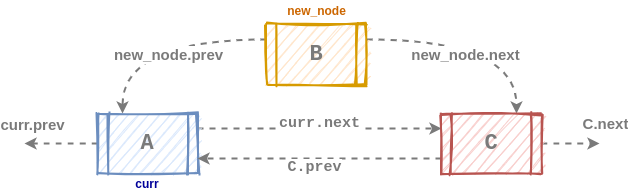
rolemadelen/euisblue.github.io keeps this draw.io diagram as assets/images/data-structure/linked-list/dll-insert_at2.png. Above is the earlier version. Source tidied: cells renumbered, new cells last; positions are measured from the earlier drawing's top-left corner, leaving out a move shared by most shapes.
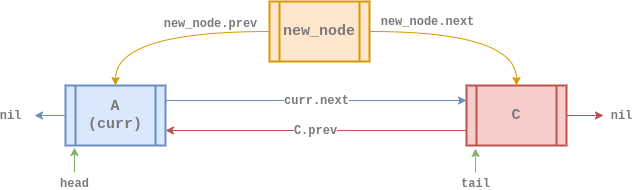
The same file after the commit.

Diff of the diagram source:
```diff
@@ -2,43 +2,54 @@
   <root>
     <mxCell id="0" />
     <mxCell id="1" parent="0" />
-    <mxCell id="2" value="&lt;font color=&quot;#7a7a7a&quot; face=&quot;Courier New&quot; size=&quot;1&quot;&gt;&lt;b style=&quot;font-size: 15px&quot;&gt;curr.next&lt;/b&gt;&lt;/font&gt;" style="rounded=0;sketch=0;jettySize=auto;html=1;exitX=1;exitY=0.25;exitDx=0;exitDy=0;entryX=0;entryY=0.25;entryDx=0;entryDy=0;dashed=1;endArrow=classic;endFill=1;strokeColor=#7a7a7a;strokeWidth=2;" parent="1" edge="1" source="4" target="10">
-      <mxGeometry y="5" relative="1" as="geometry" />
+    <mxCell id="2" value="&lt;b style=&quot;font-style: normal ; letter-spacing: normal ; text-align: center ; text-indent: 0px ; text-transform: none ; word-spacing: 0px ; background-color: rgb(255 , 255 , 255) ; color: rgb(122 , 122 , 122) ; font-family: &amp;#34;courier new&amp;#34; ; font-size: 12px&quot;&gt;curr.next&lt;/b&gt;" style="edgeStyle=orthogonalEdgeStyle;curved=1;rounded=0;jettySize=auto;html=1;exitX=1;exitY=0.25;exitDx=0;exitDy=0;entryX=0;entryY=0.25;entryDx=0;entryDy=0;fillColor=#dae8fc;strokeColor=#6c8ebf;" parent="1" edge="1" source="6" target="4">
+      <mxGeometry relative="1" as="geometry" />
     </mxCell>
-    <mxCell id="3" value="&lt;font color=&quot;#7a7a7a&quot; face=&quot;helvetica&quot; size=&quot;1&quot;&gt;&lt;b style=&quot;font-size: 15px&quot;&gt;curr.prev&lt;/b&gt;&lt;/font&gt;" style="edgeStyle=orthogonalEdgeStyle;curved=1;rounded=0;sketch=0;jettySize=auto;html=1;exitX=0;exitY=0.5;exitDx=0;exitDy=0;dashed=1;endArrow=classic;endFill=1;strokeColor=#7a7a7a;strokeWidth=2;" parent="1" edge="1" source="4">
-      <mxGeometry x="0.78" y="-19" relative="1" as="geometry">
-        <mxPoint y="143" as="targetPoint" />
-      </mxGeometry>
+    <mxCell id="3" value="&lt;b style=&quot;font-style: normal ; letter-spacing: normal ; text-align: center ; text-indent: 0px ; text-transform: none ; word-spacing: 0px ; background-color: rgb(255 , 255 , 255) ; color: rgb(122 , 122 , 122) ; font-family: &amp;#34;courier new&amp;#34; ; font-size: 12px&quot;&gt;C.prev&lt;/b&gt;" style="edgeStyle=orthogonalEdgeStyle;rounded=0;jettySize=auto;html=1;exitX=0;exitY=0.75;exitDx=0;exitDy=0;entryX=1;entryY=0.75;entryDx=0;entryDy=0;fillColor=#f8cecc;strokeColor=#b85450;" parent="1" edge="1" source="4" target="6">
+      <mxGeometry relative="1" as="geometry" />
     </mxCell>
-    <mxCell id="4" value="&lt;b&gt;&lt;font style=&quot;font-size: 22px&quot; face=&quot;Courier New&quot; color=&quot;#7a7a7a&quot;&gt;A&lt;/font&gt;&lt;/b&gt;" style="shape=process;whiteSpace=wrap;html=1;backgroundOutline=1;fillColor=#dae8fc;strokeColor=#6c8ebf;gradientDirection=east;strokeWidth=2;shadow=0;glass=0;sketch=1;" parent="1" vertex="1">
-      <mxGeometry x="73" y="113" width="100" height="60" as="geometry" />
+    <mxCell id="4" value="&lt;div&gt;&lt;font color=&quot;#7a7a7a&quot; face=&quot;courier new&quot; style=&quot;font-size: 15px&quot;&gt;C&lt;/font&gt;&lt;/div&gt;" style="shape=process;whiteSpace=wrap;html=1;backgroundOutline=1;fillColor=#f8cecc;strokeColor=#b85450;gradientDirection=east;strokeWidth=2;shadow=0;glass=0;align=center;sketch=0;fontStyle=1;" parent="1" vertex="1">
+      <mxGeometry x="414" y="61" width="100" height="60" as="geometry" />
     </mxCell>
-    <mxCell id="5" value="&lt;b&gt;&lt;font style=&quot;font-size: 15px&quot; face=&quot;Courier New&quot; color=&quot;#7a7a7a&quot;&gt;C.prev&lt;/font&gt;&lt;/b&gt;" style="rounded=0;sketch=0;jettySize=auto;html=1;exitX=0;exitY=0.75;exitDx=0;exitDy=0;entryX=1;entryY=0.75;entryDx=0;entryDy=0;endArrow=classic;endFill=1;strokeColor=#7a7a7a;strokeWidth=2;dashed=1;" parent="1" edge="1" source="10" target="4">
-      <mxGeometry x="0.04" y="9" relative="1" as="geometry" />
+    <mxCell id="5" value="&lt;font color=&quot;#7a7a7a&quot; face=&quot;courier new&quot;&gt;&lt;span style=&quot;font-size: 12px&quot;&gt;&lt;b&gt;nil&lt;/b&gt;&lt;/span&gt;&lt;/font&gt;" style="rounded=0;jettySize=auto;html=1;exitX=0;exitY=0.5;exitDx=0;exitDy=0;fillColor=#dae8fc;strokeColor=#6c8ebf;" parent="1" edge="1" source="6">
+      <mxGeometry x="1" y="24" relative="1" as="geometry">
+        <mxPoint x="-18" y="91" as="targetPoint" />
+        <mxPoint x="-24" y="-24" as="offset" />
+      </mxGeometry>
     </mxCell>
-    <mxCell id="6" value="&lt;b&gt;&lt;font style=&quot;font-size: 15px&quot; color=&quot;#7a7a7a&quot;&gt;new_node.next&lt;/font&gt;&lt;/b&gt;" style="edgeStyle=orthogonalEdgeStyle;curved=1;rounded=0;sketch=0;jettySize=auto;html=1;exitX=1;exitY=0.25;exitDx=0;exitDy=0;dashed=1;endArrow=classic;endFill=1;strokeColor=#7a7a7a;strokeWidth=2;entryX=0.75;entryY=0;entryDx=0;entryDy=0;" parent="1" edge="1" source="8" target="10">
-      <mxGeometry x="-0.12" y="-15" relative="1" as="geometry" />
+    <mxCell id="6" value="&lt;div&gt;&lt;font color=&quot;#7a7a7a&quot; face=&quot;courier new&quot;&gt;&lt;span style=&quot;font-size: 15px&quot;&gt;A&lt;/span&gt;&lt;/font&gt;&lt;/div&gt;&lt;div&gt;&lt;font color=&quot;#7a7a7a&quot; face=&quot;courier new&quot;&gt;&lt;span style=&quot;font-size: 15px&quot;&gt;(curr)&lt;/span&gt;&lt;/font&gt;&lt;/div&gt;" style="shape=process;whiteSpace=wrap;html=1;backgroundOutline=1;fillColor=#dae8fc;strokeColor=#6c8ebf;gradientDirection=east;strokeWidth=2;shadow=0;glass=0;align=center;sketch=0;fontStyle=1;" parent="1" vertex="1">
+      <mxGeometry x="13" y="61" width="100" height="60" as="geometry" />
     </mxCell>
-    <mxCell id="7" value="&lt;b&gt;&lt;font color=&quot;#7a7a7a&quot; style=&quot;font-size: 15px&quot;&gt;new_node.prev&lt;/font&gt;&lt;/b&gt;" style="edgeStyle=orthogonalEdgeStyle;curved=1;rounded=0;sketch=0;jettySize=auto;html=1;exitX=0;exitY=0.25;exitDx=0;exitDy=0;dashed=1;endArrow=classic;endFill=1;strokeColor=#7a7a7a;strokeWidth=2;entryX=0.25;entryY=0;entryDx=0;entryDy=0;" parent="1" edge="1" source="8" target="4">
-      <mxGeometry x="-0.1" y="15" relative="1" as="geometry" />
+    <mxCell id="7" value="&lt;font color=&quot;#7a7a7a&quot; face=&quot;courier new&quot;&gt;&lt;span style=&quot;font-size: 12px&quot;&gt;&lt;b&gt;nil&lt;/b&gt;&lt;/span&gt;&lt;/font&gt;" style="rounded=0;jettySize=auto;html=1;exitX=1;exitY=0.5;exitDx=0;exitDy=0;fillColor=#f8cecc;strokeColor=#b85450;" parent="1" edge="1" source="4">
+      <mxGeometry x="1" y="18" relative="1" as="geometry">
+        <mxPoint x="551" y="91" as="targetPoint" />
+        <mxPoint x="18" y="18" as="offset" />
+      </mxGeometry>
     </mxCell>
-    <mxCell id="8" value="&lt;div&gt;&lt;b style=&quot;font-size: 22px ; color: rgb(122 , 122 , 122) ; font-family: &amp;#34;courier new&amp;#34;&quot;&gt;B&lt;/b&gt;&lt;/div&gt;" style="shape=process;whiteSpace=wrap;html=1;backgroundOutline=1;fillColor=#ffe6cc;strokeColor=#d79b00;gradientDirection=east;strokeWidth=2;shadow=0;glass=0;sketch=1;align=center;" parent="1" vertex="1">
-      <mxGeometry x="242" y="24" width="100" height="60" as="geometry" />
+    <mxCell id="8" value="&lt;font color=&quot;#7a7a7a&quot; face=&quot;courier new&quot;&gt;&lt;span style=&quot;font-size: 12px&quot;&gt;&lt;b&gt;head&lt;/b&gt;&lt;/span&gt;&lt;/font&gt;" style="rounded=0;jettySize=auto;html=1;fillColor=#d5e8d4;strokeColor=#82b366;entryX=0.09;entryY=1.033;entryDx=0;entryDy=0;entryPerimeter=0;" parent="1" edge="1" target="6">
+      <mxGeometry x="-1" y="-11" relative="1" as="geometry">
+        <mxPoint x="22" y="148" as="sourcePoint" />
+        <mxPoint x="-11" y="11" as="offset" />
+      </mxGeometry>
     </mxCell>
-    <mxCell id="9" value="&lt;b style=&quot;color: rgb(122 , 122 , 122) ; font-family: &amp;#34;helvetica&amp;#34; ; font-style: normal ; letter-spacing: normal ; text-align: center ; text-indent: 0px ; text-transform: none ; word-spacing: 0px ; background-color: rgb(255 , 255 , 255)&quot;&gt;&lt;font style=&quot;font-size: 15px&quot;&gt;C.next&lt;/font&gt;&lt;/b&gt;" style="edgeStyle=orthogonalEdgeStyle;curved=1;rounded=0;sketch=0;jettySize=auto;html=1;exitX=1;exitY=0.5;exitDx=0;exitDy=0;dashed=1;endArrow=classic;endFill=1;strokeColor=#7a7a7a;strokeWidth=2;" parent="1" edge="1" source="10">
-      <mxGeometry x="1" y="21" relative="1" as="geometry">
-        <mxPoint x="575" y="143" as="targetPoint" />
-        <mxPoint x="6" y="1" as="offset" />
+    <mxCell id="9" value="&lt;font color=&quot;#7a7a7a&quot; face=&quot;courier new&quot;&gt;&lt;span style=&quot;font-size: 12px&quot;&gt;&lt;b&gt;tail&lt;/b&gt;&lt;/span&gt;&lt;/font&gt;" style="rounded=0;jettySize=auto;html=1;fillColor=#d5e8d4;strokeColor=#82b366;entryX=0.09;entryY=1.05;entryDx=0;entryDy=0;entryPerimeter=0;" parent="1" edge="1" target="4">
+      <mxGeometry x="-1" y="-11" relative="1" as="geometry">
+        <mxPoint x="423" y="148" as="sourcePoint" />
+        <mxPoint x="-11" y="11" as="offset" />
       </mxGeometry>
     </mxCell>
-    <mxCell id="10" value="&lt;div&gt;&lt;b style=&quot;font-size: 22px ; color: rgb(122 , 122 , 122) ; font-family: &amp;#34;courier new&amp;#34;&quot;&gt;C&lt;/b&gt;&lt;/div&gt;" style="shape=process;whiteSpace=wrap;html=1;backgroundOutline=1;fillColor=#f8cecc;strokeColor=#b85450;gradientDirection=east;strokeWidth=2;shadow=0;glass=0;sketch=1;align=center;" parent="1" vertex="1">
-      <mxGeometry x="417" y="113" width="100" height="60" as="geometry" />
+    <mxCell id="10" value="&lt;b style=&quot;color: rgb(122 , 122 , 122) ; font-family: &amp;#34;courier new&amp;#34; ; font-size: 12px ; font-style: normal ; letter-spacing: normal ; text-align: center ; text-indent: 0px ; text-transform: none ; word-spacing: 0px ; background-color: rgb(255 , 255 , 255)&quot;&gt;new_node.next&lt;/b&gt;" style="edgeStyle=orthogonalEdgeStyle;rounded=0;jettySize=auto;html=1;exitX=1;exitY=0.5;exitDx=0;exitDy=0;entryX=0.5;entryY=0;entryDx=0;entryDy=0;strokeColor=#d79b00;curved=1;fillColor=#ffe6cc;" parent="1" edge="1" source="12" target="4">
+      <mxGeometry x="-0.42" y="10" relative="1" as="geometry">
+        <Array as="points">
+          <mxPoint x="464" y="7" />
+        </Array>
+      </mxGeometry>
     </mxCell>
-    <mxCell id="11" value="&lt;b&gt;&lt;font color=&quot;#cc6600&quot;&gt;new_node&lt;/font&gt;&lt;/b&gt;" style="text;html=1;strokeColor=none;fillColor=none;align=center;verticalAlign=middle;whiteSpace=wrap;rounded=0;shadow=0;glass=0;sketch=0;opacity=30;" parent="1" vertex="1">
-      <mxGeometry x="257.5" width="69" height="20" as="geometry" />
+    <mxCell id="11" value="&lt;b style=&quot;color: rgb(122 , 122 , 122) ; font-family: &amp;#34;courier new&amp;#34; ; font-size: 12px ; font-style: normal ; letter-spacing: normal ; text-align: center ; text-indent: 0px ; text-transform: none ; word-spacing: 0px ; background-color: rgb(255 , 255 , 255)&quot;&gt;new_node.prev&lt;/b&gt;" style="edgeStyle=orthogonalEdgeStyle;curved=1;rounded=0;jettySize=auto;html=1;exitX=0;exitY=0.5;exitDx=0;exitDy=0;entryX=0.5;entryY=0;entryDx=0;entryDy=0;strokeColor=#d79b00;fillColor=#ffe6cc;" parent="1" edge="1" source="12" target="6">
+      <mxGeometry x="-0.43" y="-8" relative="1" as="geometry" />
     </mxCell>
-    <mxCell id="12" value="&lt;font color=&quot;#000099&quot;&gt;curr&lt;/font&gt;" style="text;html=1;strokeColor=none;fillColor=none;align=center;verticalAlign=middle;whiteSpace=wrap;rounded=0;shadow=0;glass=0;sketch=0;opacity=30;fontStyle=1;" parent="1" vertex="1">
-      <mxGeometry x="91" y="173" width="64" height="20" as="geometry" />
+    <mxCell id="12" value="&lt;font color=&quot;#7a7a7a&quot; face=&quot;Courier New&quot;&gt;&lt;span style=&quot;font-size: 15px ; font-style: normal&quot;&gt;&lt;b&gt;new_node&lt;br&gt;&lt;/b&gt;&lt;/span&gt;&lt;/font&gt;" style="shape=process;whiteSpace=wrap;html=1;backgroundOutline=1;fillColor=#ffe6cc;strokeColor=#d79b00;gradientDirection=east;strokeWidth=2;shadow=0;glass=0;sketch=0;fontStyle=2;" parent="1" vertex="1">
+      <mxGeometry x="217" y="-23" width="100" height="60" as="geometry" />
     </mxCell>
   </root>
 </mxGraphModel>
```
